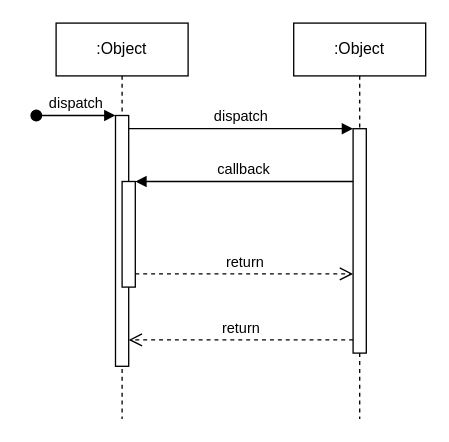
jerobas/retro-games-ncurses keeps this draw.io diagram as Diagrama sem nome.drawio. Above is the earlier version. Source tidied: cells renumbered, new cells numbered last; positions are measured from the earlier drawing's top-left corner, leaving out a move shared by most shapes. Both pictures are drawn from the tidied source at 132%, with x=0, y=0 at pixel (36, 22).
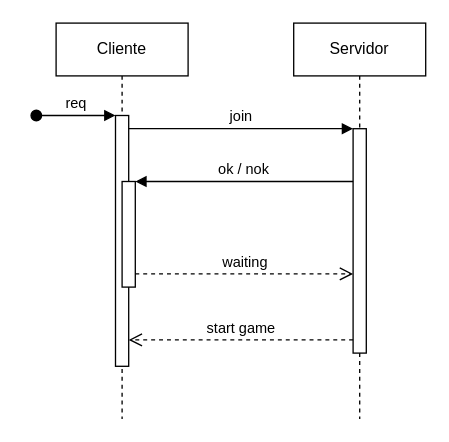
The same diagram, later.

What changed in the source:
```diff
@@
 <mxGraphModel>
   <root>
     <mxCell id="0" />
     <mxCell id="1" parent="0" />
-    <mxCell id="2" value=":Object" style="shape=umlLifeline;perimeter=lifelinePerimeter;whiteSpace=wrap;html=1;newEdgeStyle={&quot;edgeStyle&quot;:&quot;elbowEdgeStyle&quot;,&quot;elbow&quot;:&quot;vertical&quot;,&quot;curved&quot;:0,&quot;rounded&quot;:0};" parent="1" vertex="1">
+    <mxCell id="2" value="Cliente" style="shape=umlLifeline;perimeter=lifelinePerimeter;whiteSpace=wrap;html=1;newEdgeStyle={&quot;edgeStyle&quot;:&quot;elbowEdgeStyle&quot;,&quot;elbow&quot;:&quot;vertical&quot;,&quot;curved&quot;:0,&quot;rounded&quot;:0};" parent="1" vertex="1">
       <mxGeometry x="15" width="100" height="300" as="geometry" />
     </mxCell>
     <mxCell id="3" style="html=1;points=[];perimeter=orthogonalPerimeter;outlineConnect=0;targetShapes=umlLifeline;portConstraint=eastwest;newEdgeStyle={&quot;edgeStyle&quot;:&quot;elbowEdgeStyle&quot;,&quot;elbow&quot;:&quot;vertical&quot;,&quot;curved&quot;:0,&quot;rounded&quot;:0};" parent="2" vertex="1">
       <mxGeometry x="45" y="70" width="10" height="190" as="geometry" />
     </mxCell>
-    <mxCell id="4" value="dispatch" style="html=1;verticalAlign=bottom;startArrow=oval;endArrow=block;startSize=8;edgeStyle=elbowEdgeStyle;elbow=vertical;curved=0;rounded=0;" parent="2" edge="1" target="3">
+    <mxCell id="4" value="req" style="html=1;verticalAlign=bottom;startArrow=oval;endArrow=block;startSize=8;edgeStyle=elbowEdgeStyle;elbow=vertical;curved=0;rounded=0;" parent="2" edge="1" target="3">
       <mxGeometry relative="1" as="geometry">
         <mxPoint x="-15" y="70" as="sourcePoint" />
       </mxGeometry>
     </mxCell>
     <mxCell id="5" style="html=1;points=[];perimeter=orthogonalPerimeter;outlineConnect=0;targetShapes=umlLifeline;portConstraint=eastwest;newEdgeStyle={&quot;edgeStyle&quot;:&quot;elbowEdgeStyle&quot;,&quot;elbow&quot;:&quot;vertical&quot;,&quot;curved&quot;:0,&quot;rounded&quot;:0};" parent="2" vertex="1">
       <mxGeometry x="50" y="120" width="10" height="80" as="geometry" />
     </mxCell>
-    <mxCell id="6" value=":Object" style="shape=umlLifeline;perimeter=lifelinePerimeter;whiteSpace=wrap;html=1;newEdgeStyle={&quot;edgeStyle&quot;:&quot;elbowEdgeStyle&quot;,&quot;elbow&quot;:&quot;vertical&quot;,&quot;curved&quot;:0,&quot;rounded&quot;:0};" parent="1" vertex="1">
+    <mxCell id="6" value="Servidor" style="shape=umlLifeline;perimeter=lifelinePerimeter;whiteSpace=wrap;html=1;newEdgeStyle={&quot;edgeStyle&quot;:&quot;elbowEdgeStyle&quot;,&quot;elbow&quot;:&quot;vertical&quot;,&quot;curved&quot;:0,&quot;rounded&quot;:0};" parent="1" vertex="1">
       <mxGeometry x="195" width="100" height="300" as="geometry" />
     </mxCell>
     <mxCell id="7" style="html=1;points=[];perimeter=orthogonalPerimeter;outlineConnect=0;targetShapes=umlLifeline;portConstraint=eastwest;newEdgeStyle={&quot;edgeStyle&quot;:&quot;elbowEdgeStyle&quot;,&quot;elbow&quot;:&quot;vertical&quot;,&quot;curved&quot;:0,&quot;rounded&quot;:0};" parent="6" vertex="1">
       <mxGeometry x="45" y="80" width="10" height="170" as="geometry" />
     </mxCell>
-    <mxCell id="8" value="dispatch" style="html=1;verticalAlign=bottom;endArrow=block;edgeStyle=elbowEdgeStyle;elbow=vertical;curved=0;rounded=0;" parent="1" edge="1" source="3" target="7">
+    <mxCell id="8" value="join" style="html=1;verticalAlign=bottom;endArrow=block;edgeStyle=elbowEdgeStyle;elbow=vertical;curved=0;rounded=0;" parent="1" edge="1" source="3" target="7">
       <mxGeometry relative="1" as="geometry">
         <Array as="points">
           <mxPoint x="155" y="80" />
         </Array>
       </mxGeometry>
     </mxCell>
-    <mxCell id="9" value="return" style="html=1;verticalAlign=bottom;endArrow=open;dashed=1;endSize=8;edgeStyle=elbowEdgeStyle;elbow=vertical;curved=0;rounded=0;" parent="1" edge="1" source="7" target="3">
+    <mxCell id="9" value="start game" style="html=1;verticalAlign=bottom;endArrow=open;dashed=1;endSize=8;edgeStyle=elbowEdgeStyle;elbow=vertical;curved=0;rounded=0;" parent="1" edge="1" source="7" target="3">
       <mxGeometry relative="1" as="geometry">
         <Array as="points">
           <mxPoint x="165" y="240" />
         </Array>
       </mxGeometry>
     </mxCell>
-    <mxCell id="10" value="callback" style="html=1;verticalAlign=bottom;endArrow=block;edgeStyle=elbowEdgeStyle;elbow=vertical;curved=0;rounded=0;" parent="1" edge="1" source="7" target="5">
+    <mxCell id="10" value="ok / nok" style="html=1;verticalAlign=bottom;endArrow=block;edgeStyle=elbowEdgeStyle;elbow=vertical;curved=0;rounded=0;" parent="1" edge="1" source="7" target="5">
       <mxGeometry relative="1" as="geometry">
         <Array as="points">
           <mxPoint x="165" y="120" />
         </Array>
       </mxGeometry>
     </mxCell>
-    <mxCell id="11" value="return" style="html=1;verticalAlign=bottom;endArrow=open;dashed=1;endSize=8;edgeStyle=elbowEdgeStyle;elbow=vertical;curved=0;rounded=0;" parent="1" edge="1" source="5" target="7">
+    <mxCell id="11" value="waiting" style="html=1;verticalAlign=bottom;endArrow=open;dashed=1;endSize=8;edgeStyle=elbowEdgeStyle;elbow=vertical;curved=0;rounded=0;" parent="1" edge="1" source="5" target="7">
       <mxGeometry relative="1" as="geometry">
         <Array as="points">
           <mxPoint x="155" y="190" />
         </Array>
       </mxGeometry>
     </mxCell>
   </root>
 </mxGraphModel>
```
